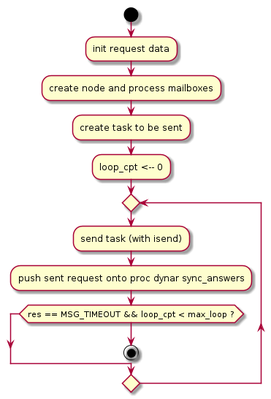
tof25/DST keeps this PlantUML diagram as doc/UML/Algo_send_msg_sync.png. Above is the earlier version.
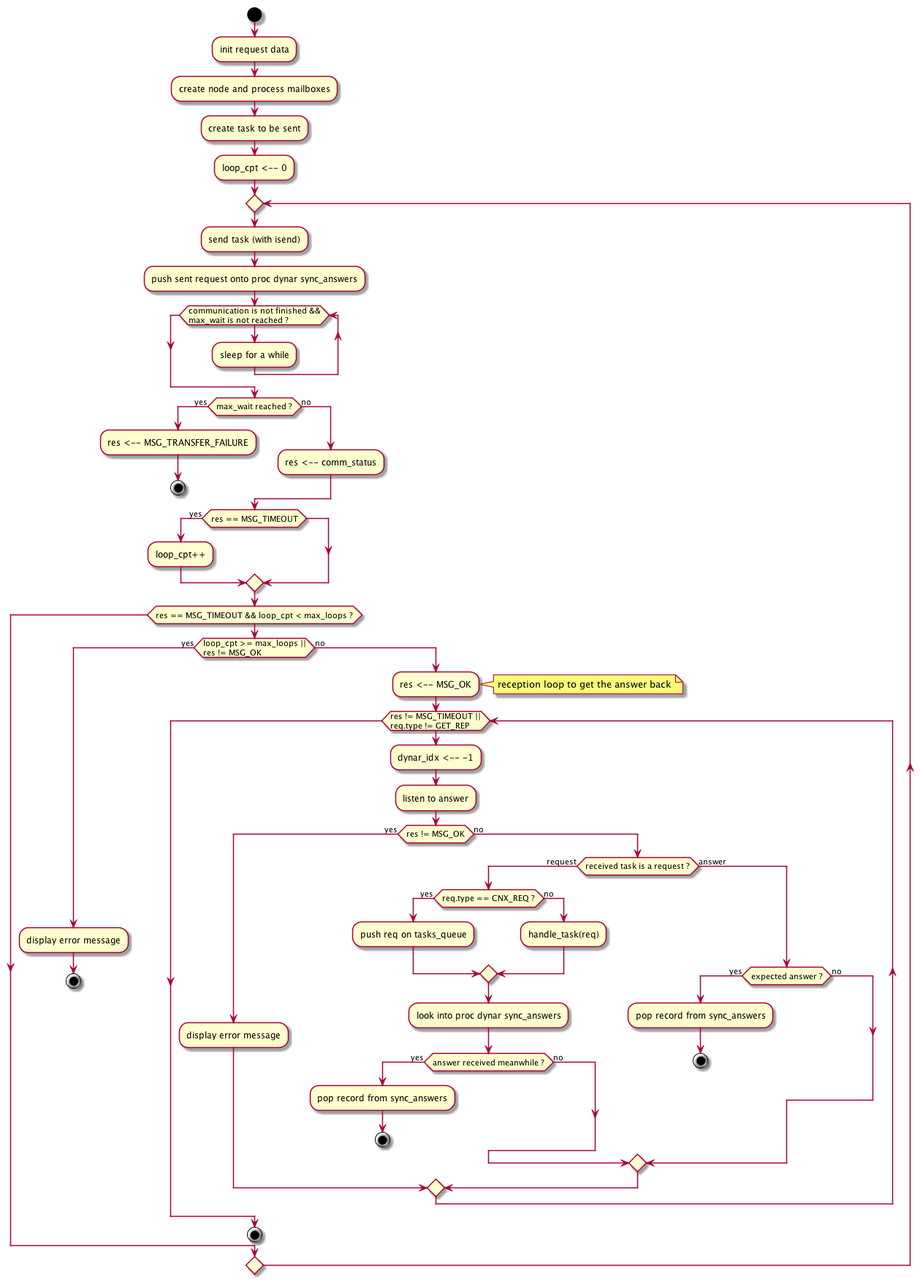
After the change.

What changed in the source:
```diff
@@ -10,8 +10,59 @@
 repeat
     :send task (with isend);
     :push sent request onto proc dynar sync_answers;
+    while (communication is not finished &&\nmax_wait is not reached ?)
+        :sleep for a while;
+    endwhile
+    if (max_wait reached ?) then (yes)
+        :res <-- MSG_TRANSFER_FAILURE;
+        stop
+    else (no)
+        :res <-- comm_status;
+    endif
+    if (res == MSG_TIMEOUT) then (yes)
+        :loop_cpt++;
+    endif
 
-while (res == MSG_TIMEOUT && loop_cpt < max_loop ?)
+while (res == MSG_TIMEOUT && loop_cpt < max_loops ?)
+
+if (loop_cpt >= max_loops ||\nres != MSG_OK) then (yes)
+    :display error message;
+    stop
+else (no)
+    :res <-- MSG_OK;
+
+    note right
+        reception loop to get the answer back
+    end note
+
+    while (res != MSG_TIMEOUT ||\nreq.type != GET_REP)
+        :dynar_idx <-- -1;
+        :listen to answer;
+        if (res != MSG_OK) then (yes)
+            :display error message;
+        else (no)
+            if (received task is a request ?) then (request)
+                if (req.type == CNX_REQ ?) then (yes)
+                    :push req on tasks_queue;
+                else (no)
+                    :handle_task(req);
+                endif
+                :look into proc dynar sync_answers;
+                if (answer received meanwhile ?) then (yes)
+                    :pop record from sync_answers;
+                    stop
+                else (no)
+                endif
+            else (answer)
+                if (expected answer ?) then (yes)
+                    :pop record from sync_answers;
+                    stop
+                else (no)
+                endif
+            endif
+        endif
+    endwhile
+endif
 
 stop
 
```
